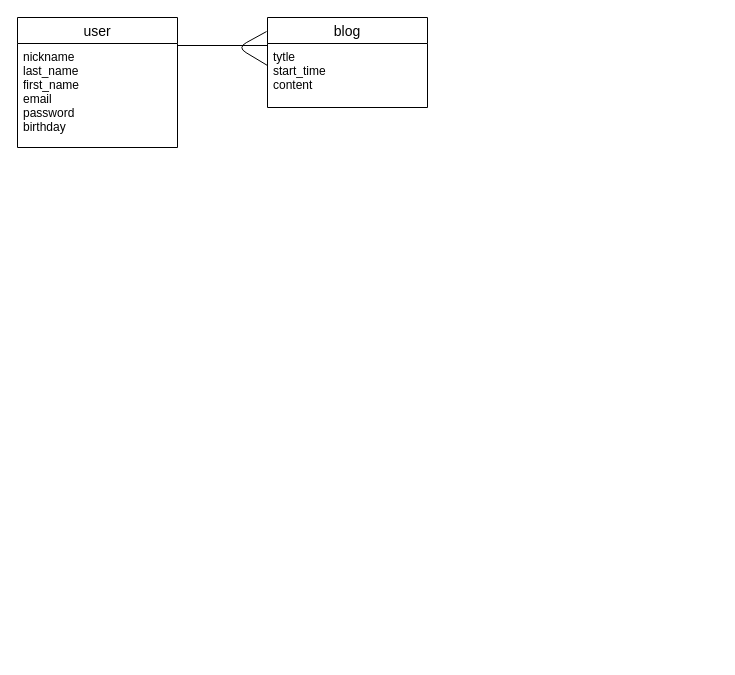
The draw.io diagram ER.dio in fjys1203/org-app, before the edit. Source tidied: cells renumbered, new cells numbered last; positions are measured from the earlier drawing's top-left corner, leaving out a move shared by most shapes. Both pictures are drawn from the tidied source at 100%, with x=0, y=0 at pixel (17, 17).
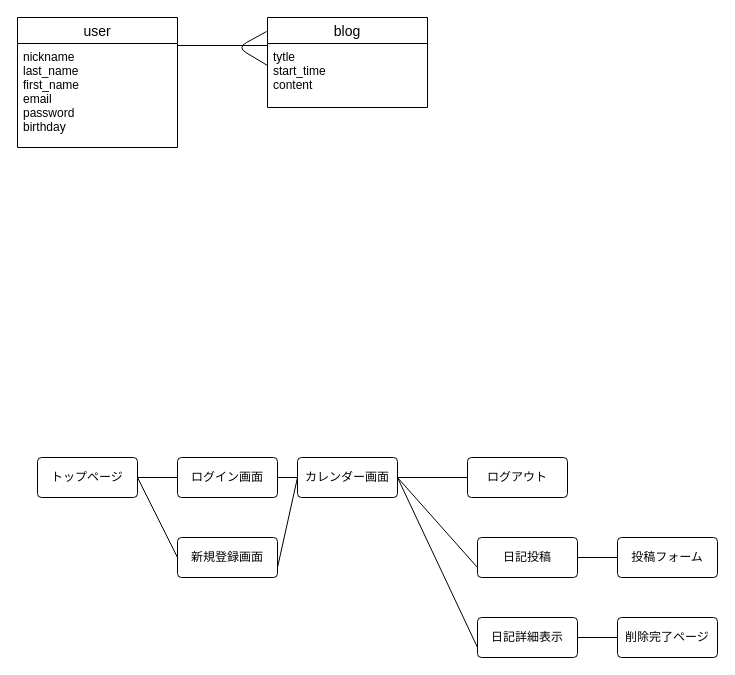
After the change.

The edit, as a diff of the source:
```diff
@@
+    <mxCell id="8" value="トップページ" style="rounded=1;arcSize=10;whiteSpace=wrap;html=1;align=center;" parent="1" vertex="1">
+      <mxGeometry x="20" y="440" width="100" height="40" as="geometry" />
+    </mxCell>
+    <mxCell id="9" value="ログイン画面" style="rounded=1;arcSize=10;whiteSpace=wrap;html=1;align=center;" parent="1" vertex="1">
+      <mxGeometry x="160" y="440" width="100" height="40" as="geometry" />
+    </mxCell>
+    <mxCell id="10" value="新規登録画面" style="rounded=1;arcSize=10;whiteSpace=wrap;html=1;align=center;" parent="1" vertex="1">
+      <mxGeometry x="160" y="520" width="100" height="40" as="geometry" />
+    </mxCell>
+    <mxCell id="11" value="カレンダー画面" style="rounded=1;arcSize=10;whiteSpace=wrap;html=1;align=center;" parent="1" vertex="1">
+      <mxGeometry x="280" y="440" width="100" height="40" as="geometry" />
+    </mxCell>
+    <mxCell id="12" value="ログアウト" style="rounded=1;arcSize=10;whiteSpace=wrap;html=1;align=center;" parent="1" vertex="1">
+      <mxGeometry x="450" y="440" width="100" height="40" as="geometry" />
+    </mxCell>
+    <mxCell id="13" value="日記投稿" style="rounded=1;arcSize=10;whiteSpace=wrap;html=1;align=center;" parent="1" vertex="1">
+      <mxGeometry x="460" y="520" width="100" height="40" as="geometry" />
+    </mxCell>
+    <mxCell id="14" value="日記詳細表示" style="rounded=1;arcSize=10;whiteSpace=wrap;html=1;align=center;" parent="1" vertex="1">
+      <mxGeometry x="460" y="600" width="100" height="40" as="geometry" />
+    </mxCell>
+    <mxCell id="15" value="投稿フォーム" style="rounded=1;arcSize=10;whiteSpace=wrap;html=1;align=center;" parent="1" vertex="1">
+      <mxGeometry x="600" y="520" width="100" height="40" as="geometry" />
+    </mxCell>
+    <mxCell id="16" value="削除完了ページ" style="rounded=1;arcSize=10;whiteSpace=wrap;html=1;align=center;" parent="1" vertex="1">
+      <mxGeometry x="600" y="600" width="100" height="40" as="geometry" />
+    </mxCell>
+    <mxCell id="17" style="endArrow=none;html=1;exitX=1;exitY=0.5;exitDx=0;exitDy=0;entryX=0;entryY=0.5;entryDx=0;entryDy=0;" parent="1" edge="1" source="8" target="9">
+      <mxGeometry relative="1" as="geometry" />
+    </mxCell>
+    <mxCell id="18" style="endArrow=none;html=1;entryX=1;entryY=0.5;entryDx=0;entryDy=0;exitX=0;exitY=0.75;exitDx=0;exitDy=0;" parent="1" edge="1" source="13" target="11">
+      <mxGeometry relative="1" as="geometry" />
+    </mxCell>
+    <mxCell id="19" style="endArrow=none;html=1;exitX=1;exitY=0.5;exitDx=0;exitDy=0;entryX=0;entryY=0.5;entryDx=0;entryDy=0;" parent="1" edge="1" source="11" target="12">
+      <mxGeometry relative="1" as="geometry" />
+    </mxCell>
+    <mxCell id="20" style="endArrow=none;html=1;exitX=1;exitY=0.75;exitDx=0;exitDy=0;entryX=0;entryY=0.5;entryDx=0;entryDy=0;" parent="1" edge="1" source="10" target="11">
+      <mxGeometry relative="1" as="geometry" />
+    </mxCell>
+    <mxCell id="21" style="endArrow=none;html=1;exitX=1;exitY=0.5;exitDx=0;exitDy=0;entryX=0;entryY=0.5;entryDx=0;entryDy=0;" parent="1" edge="1" source="9" target="11">
+      <mxGeometry relative="1" as="geometry" />
+    </mxCell>
+    <mxCell id="22" style="endArrow=none;html=1;exitX=1;exitY=0.5;exitDx=0;exitDy=0;entryX=0;entryY=0.5;entryDx=0;entryDy=0;" parent="1" edge="1" source="8" target="10">
+      <mxGeometry relative="1" as="geometry" />
+    </mxCell>
+    <mxCell id="23" style="endArrow=none;html=1;exitX=0;exitY=0.75;exitDx=0;exitDy=0;" parent="1" edge="1" source="14">
+      <mxGeometry relative="1" as="geometry">
+        <mxPoint x="380" y="460" as="targetPoint" />
+      </mxGeometry>
+    </mxCell>
+    <mxCell id="24" style="endArrow=none;html=1;exitX=1;exitY=0.5;exitDx=0;exitDy=0;entryX=0;entryY=0.5;entryDx=0;entryDy=0;" parent="1" edge="1" source="14" target="16">
+      <mxGeometry relative="1" as="geometry" />
+    </mxCell>
+    <mxCell id="25" style="endArrow=none;html=1;exitX=1;exitY=0.5;exitDx=0;exitDy=0;entryX=0;entryY=0.5;entryDx=0;entryDy=0;" parent="1" edge="1" source="13" target="15">
+      <mxGeometry relative="1" as="geometry" />
+    </mxCell>
```
